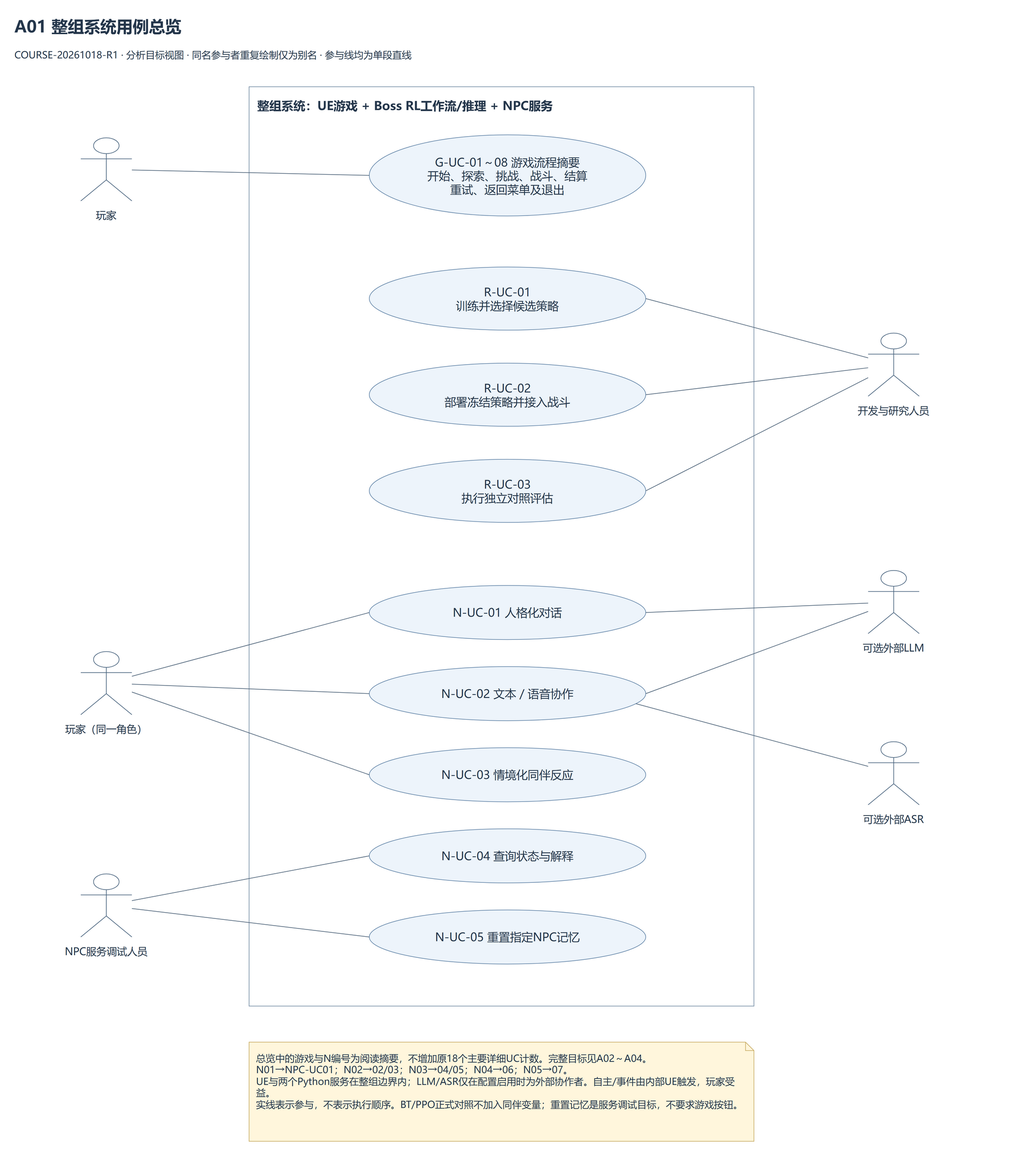
This is Docs/UML/png/01_ProjectUseCases.drawio.png from YYchainsAw/AesirWarden, a draw.io export, as it was before one commit. Source tidied: cells renumbered, new cells last; positions are measured from the earlier drawing's top-left corner, leaving out a move shared by most shapes.
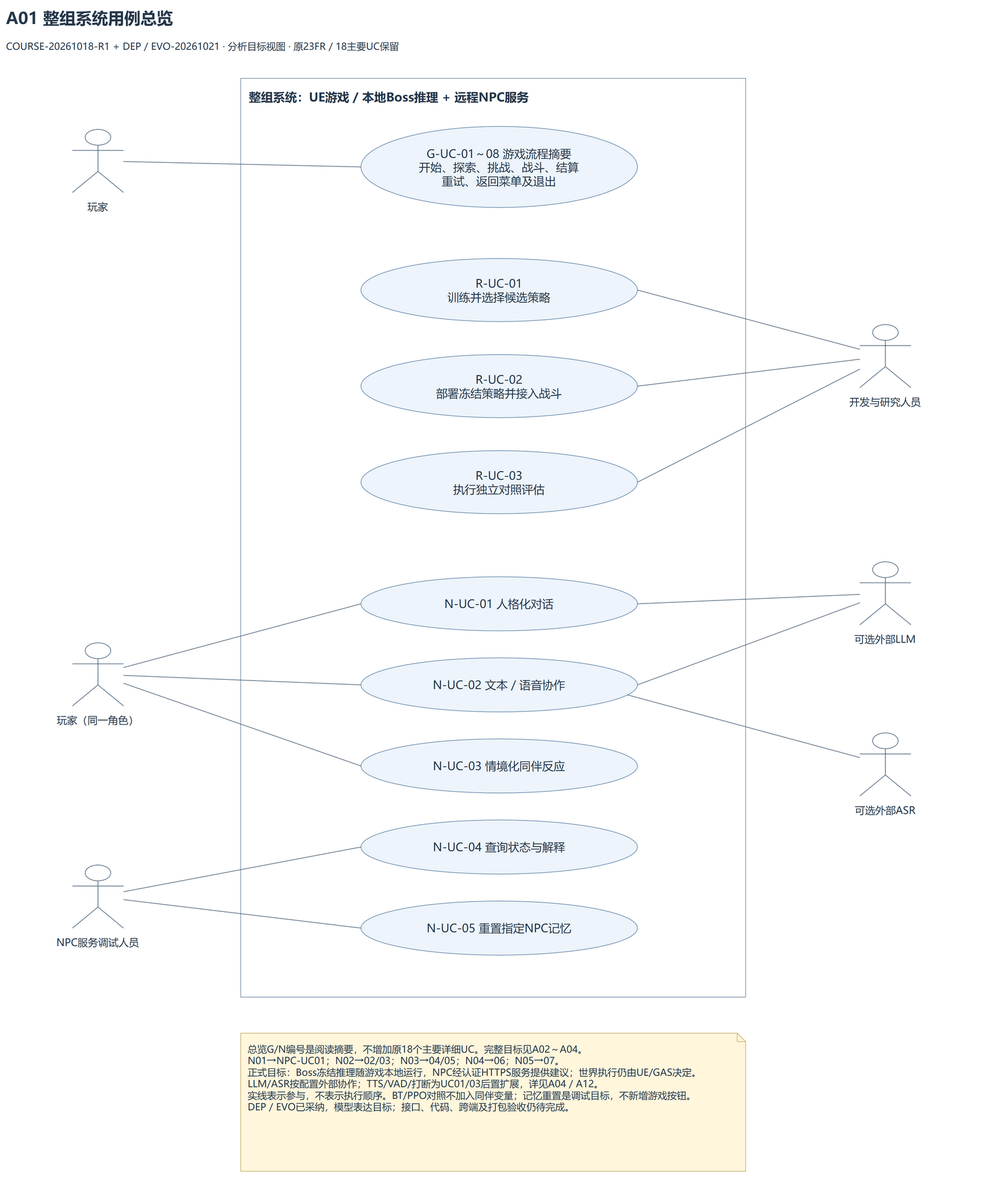
After the change.

What changed in the source:
```diff
@@ -5,10 +5,10 @@
     <mxCell id="2" value="A01  整组系统用例总览" style="fontFamily=Microsoft YaHei;fontSize=17;fontColor=#24364b;html=1;whiteSpace=wrap;text;strokeColor=none;fillColor=none;align=left;verticalAlign=middle;fontSize=27;fontStyle=1;spacing=0;" parent="1" vertex="1">
       <mxGeometry width="1640" height="38" as="geometry" />
     </mxCell>
-    <mxCell id="3" value="COURSE-20261018-R1 · 分析目标视图 · 同名参与者重复绘制仅为别名 · 参与线均为单段直线" style="fontFamily=Microsoft YaHei;fontSize=17;fontColor=#24364b;html=1;whiteSpace=wrap;text;strokeColor=none;fillColor=none;align=left;verticalAlign=middle;fontSize=16;fontStyle=0;spacing=0;" parent="1" vertex="1">
+    <mxCell id="3" value="COURSE-20261018-R1 + DEP / EVO-20261021 · 分析目标视图 · 原23FR / 18主要UC保留" style="fontFamily=Microsoft YaHei;fontSize=17;fontColor=#24364b;html=1;whiteSpace=wrap;text;strokeColor=none;fillColor=none;align=left;verticalAlign=middle;fontSize=16;fontStyle=0;spacing=0;" parent="1" vertex="1">
       <mxGeometry y="46" width="1640" height="40" as="geometry" />
     </mxCell>
-    <mxCell id="4" value="整组系统：UE游戏 + Boss RL工作流/推理 + NPC服务" style="fontFamily=Microsoft YaHei;fontSize=17;fontColor=#24364b;html=1;whiteSpace=wrap;rounded=0;fillColor=none;strokeColor=#738ca4;align=left;verticalAlign=top;spacing=14;fontSize=20;fontStyle=1;" parent="1" vertex="1">
+    <mxCell id="4" value="整组系统：UE游戏 / 本地Boss推理 + 远程NPC服务" style="fontFamily=Microsoft YaHei;fontSize=17;fontColor=#24364b;html=1;whiteSpace=wrap;rounded=0;fillColor=none;strokeColor=#738ca4;align=left;verticalAlign=top;spacing=14;fontSize=20;fontStyle=1;" parent="1" vertex="1">
       <mxGeometry x="390" y="120" width="840" height="1530" as="geometry" />
     </mxCell>
     <mxCell id="5" value="G-UC-01～08 游戏流程摘要&lt;br&gt;开始、探索、挑战、战斗、结算&lt;br&gt;重试、返回菜单及退出" style="fontFamily=Microsoft YaHei;fontSize=17;fontColor=#24364b;html=1;whiteSpace=wrap;ellipse;fillColor=#edf4fb;strokeColor=#6587aa;spacing=10;fontSize=19;" parent="1" vertex="1">
@@ -110,8 +110,8 @@
     <mxCell id="37" style="html=1;fontFamily=Microsoft YaHei;fontSize=16;fontColor=#24364b;strokeColor=#4b6177;endArrow=none;rounded=0;labelBackgroundColor=#ffffff;edgeStyle=none;entryX=1;entryY=0.7;" parent="1" edge="1" source="35" target="18">
       <mxGeometry relative="1" as="geometry" />
     </mxCell>
-    <mxCell id="38" value="总览中的游戏与N编号为阅读摘要，不增加原18个主要详细UC计数。完整目标见A02～A04。&lt;br&gt;N01→NPC-UC01；N02→02/03；N03→04/05；N04→06；N05→07。&lt;br&gt;UE与两个Python服务在整组边界内；LLM/ASR仅在配置启用时为外部协作者。自主/事件由内部UE触发，玩家受益。&lt;br&gt;实线表示参与，不表示执行顺序。BT/PPO正式对照不加入同伴变量；重置记忆是服务调试目标，不要求游戏按钮。" style="fontFamily=Microsoft YaHei;fontSize=17;fontColor=#24364b;html=1;whiteSpace=wrap;shape=note;size=14;fillColor=#fff6dc;strokeColor=#c9ad64;align=left;verticalAlign=top;spacing=12;fontSize=16;" parent="1" vertex="1">
-      <mxGeometry x="390" y="1710" width="840" height="165" as="geometry" />
+    <mxCell id="38" value="总览G/N编号是阅读摘要，不增加原18个主要详细UC。完整目标见A02～A04。&lt;br&gt;N01→NPC-UC01；N02→02/03；N03→04/05；N04→06；N05→07。&lt;br&gt;正式目标：Boss冻结推理随游戏本地运行，NPC经认证HTTPS服务提供建议；世界执行仍由UE/GAS决定。&lt;br&gt;LLM/ASR按配置外部协作；TTS/VAD/打断为UC01/03后置扩展，详见A04 / A12。&lt;br&gt;实线表示参与，不表示执行顺序。BT/PPO对照不加入同伴变量；记忆重置是调试目标，不新增游戏按钮。&lt;br&gt;DEP / EVO已采纳，模型表达目标；接口、代码、跨端及打包验收仍待完成。" style="fontFamily=Microsoft YaHei;fontSize=17;fontColor=#24364b;html=1;whiteSpace=wrap;shape=note;size=14;fillColor=#fff6dc;strokeColor=#c9ad64;align=left;verticalAlign=top;spacing=12;fontSize=16;" parent="1" vertex="1">
+      <mxGeometry x="390" y="1710" width="840" height="230" as="geometry" />
     </mxCell>
   </root>
 </mxGraphModel>
```
